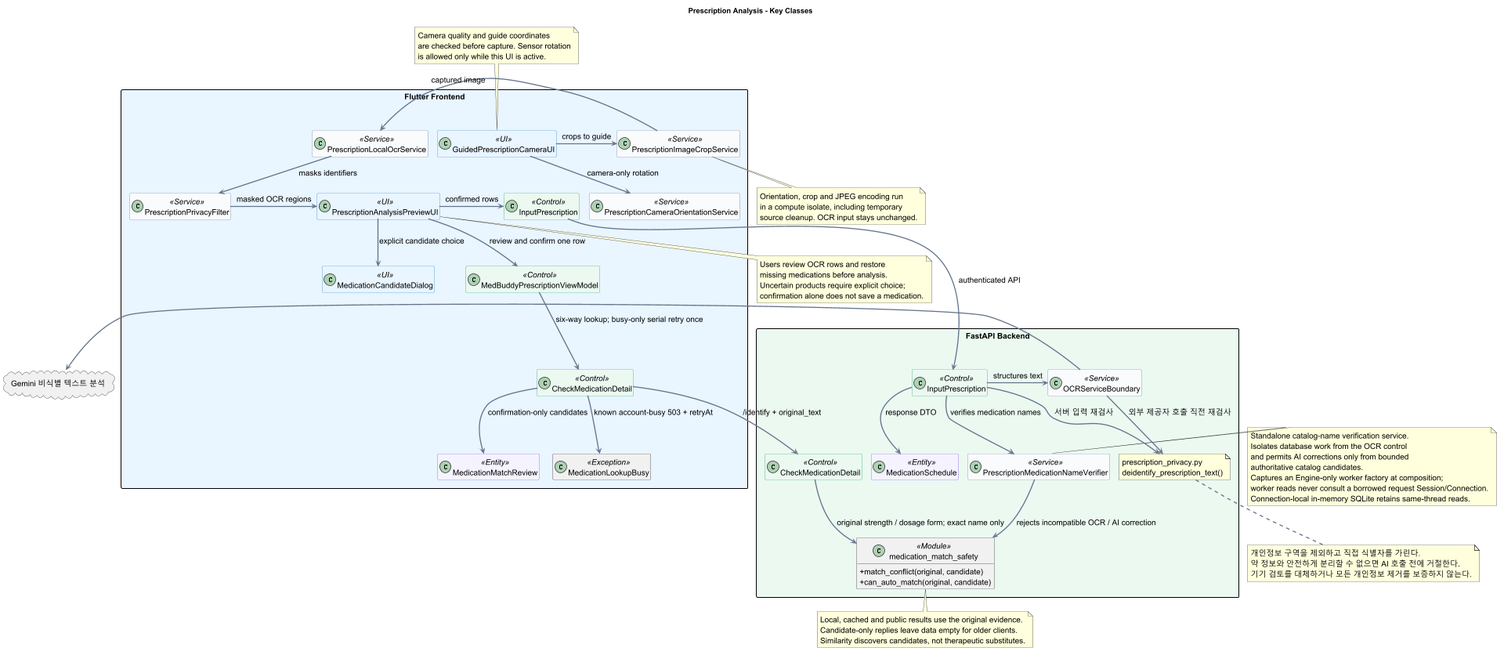
The PlantUML diagram docs/UML/class/02_PrescriptionAnalysis.png in 1window2/MedBuddy, before a commit.
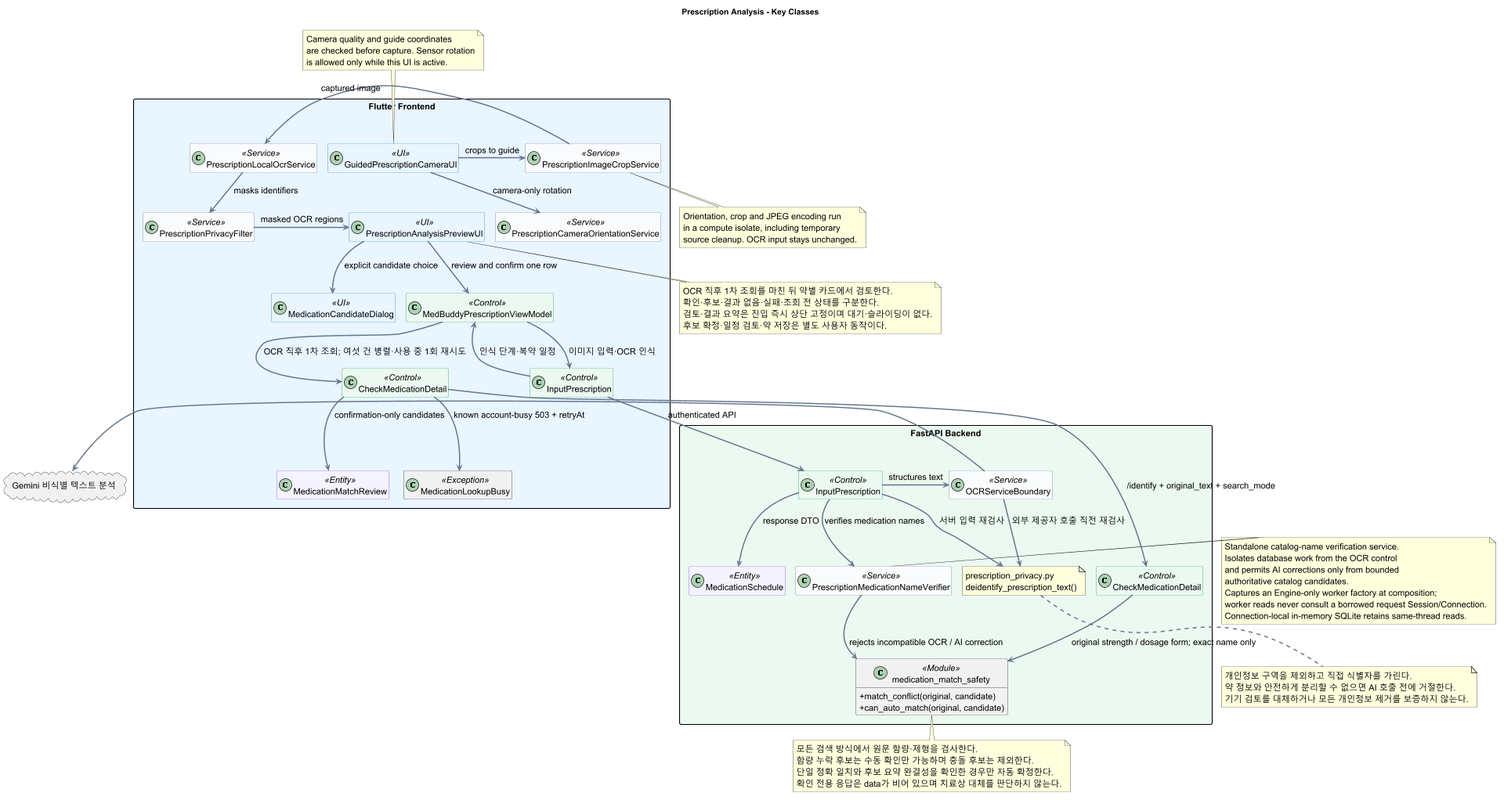
Later version of the same file.

Commit message:
docs(prescription): align matching rules and OCR flow diagrams

Diff of the diagram source:
```diff
@@ -65,7 +65,7 @@
 PrescriptionImageCropService -right-> PrescriptionLocalOcrService : captured image
 PrescriptionLocalOcrService -down-> PrescriptionPrivacyFilter : masks identifiers
 PrescriptionPrivacyFilter -right-> PrescriptionAnalysisPreviewUI : masked OCR regions
-PrescriptionAnalysisPreviewUI -right-> FInputPrescription : confirmed rows
+MedBuddyPrescriptionViewModel --> FInputPrescription : 이미지 입력·OCR 인식
 FInputPrescription -down-> BInputPrescription : authenticated API
 BInputPrescription -right-> OCRServiceBoundary : structures text
 BInputPrescription --> PrescriptionPrivacy : 서버 입력 재검사
@@ -81,8 +81,9 @@
 MedicationNameVerifier --> MatchSafety : rejects incompatible OCR / AI correction
 PrescriptionAnalysisPreviewUI --> MedBuddyPrescriptionViewModel : review and confirm one row
 PrescriptionAnalysisPreviewUI --> MedicationCandidateDialog : explicit candidate choice
-MedBuddyPrescriptionViewModel --> FCheckMedicationDetail : six-way lookup; busy-only serial retry once
-FCheckMedicationDetail --> BCheckMedicationDetail : /identify + original_text
+FInputPrescription --> MedBuddyPrescriptionViewModel : 인식 단계·복약 일정
+MedBuddyPrescriptionViewModel --> FCheckMedicationDetail : OCR 직후 1차 조회; 여섯 건 병렬·사용 중 1회 재시도
+FCheckMedicationDetail --> BCheckMedicationDetail : /identify + original_text + search_mode
 FCheckMedicationDetail --> MedicationMatchReview : confirmation-only candidates
 FCheckMedicationDetail --> MedicationLookupBusy : known account-busy 503 + retryAt
 BCheckMedicationDetail --> MatchSafety : original strength / dosage form; exact name only
@@ -98,16 +99,17 @@
 end note
 
 note bottom of PrescriptionAnalysisPreviewUI
-  Users review OCR rows and restore
-  missing medications before analysis.
-  Uncertain products require explicit choice;
-  confirmation alone does not save a medication.
+  OCR 직후 1차 조회를 마친 뒤 약별 카드에서 검토한다.
+  확인·후보·결과 없음·실패·조회 전 상태를 구분한다.
+  검토·결과 요약은 진입 즉시 상단 고정이며 대기·슬라이딩이 없다.
+  후보 확정·일정 검토·약 저장은 별도 사용자 동작이다.
 end note
 
 note bottom of MatchSafety
-  Local, cached and public results use the original evidence.
-  Candidate-only replies leave data empty for older clients.
-  Similarity discovers candidates, not therapeutic substitutes.
+  모든 검색 방식에서 원문 함량·제형을 검사한다.
+  함량 누락 후보는 수동 확인만 가능하며 충돌 후보는 제외한다.
+  단일 정확 일치와 후보 요약 완결성을 확인한 경우만 자동 확정한다.
+  확인 전용 응답은 data가 비어 있으며 치료상 대체를 판단하지 않는다.
 end note
 
 note bottom of PrescriptionImageCropService
```
